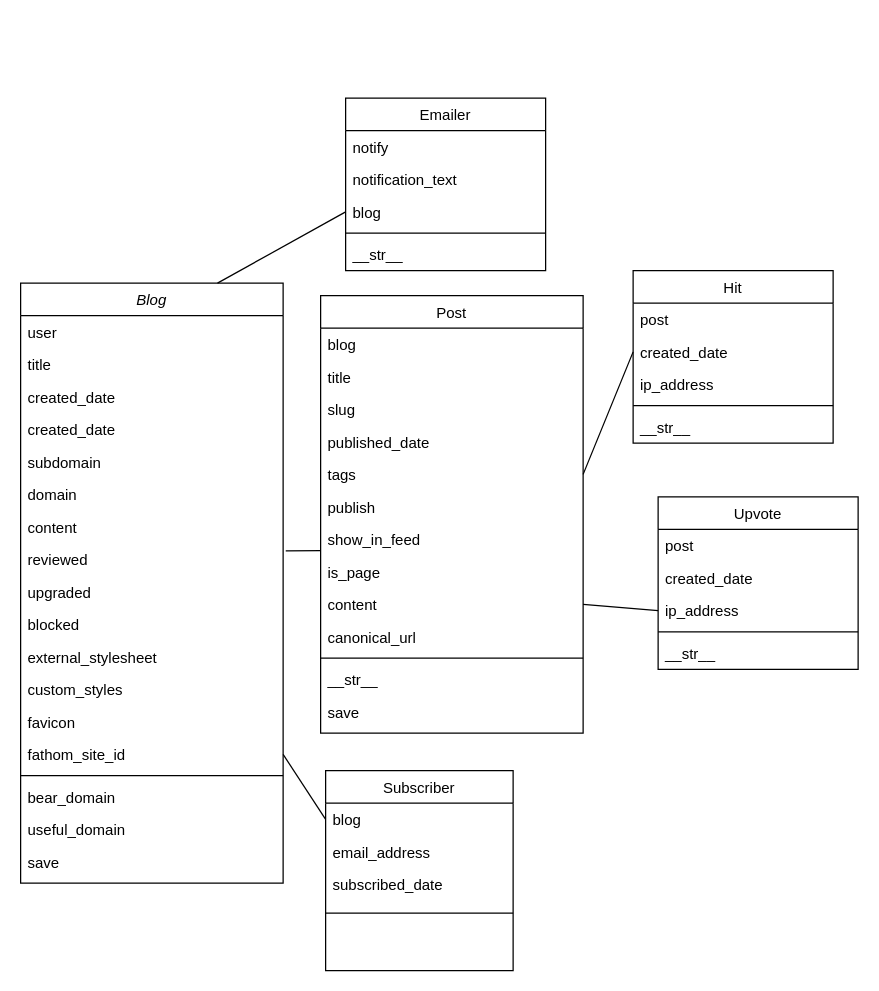
Above: page "Page-1" (1 of 2) of Diagram.drawio in kaopass/kao-blog-prototype-2 (draw.io), before the change. Source tidied: cells renumbered, new cells numbered last; positions are measured from the earlier drawing's top-left corner, leaving out a move shared by most shapes. Both pictures are drawn from the tidied source at 125%, with x=0, y=0 at pixel (20, 98).
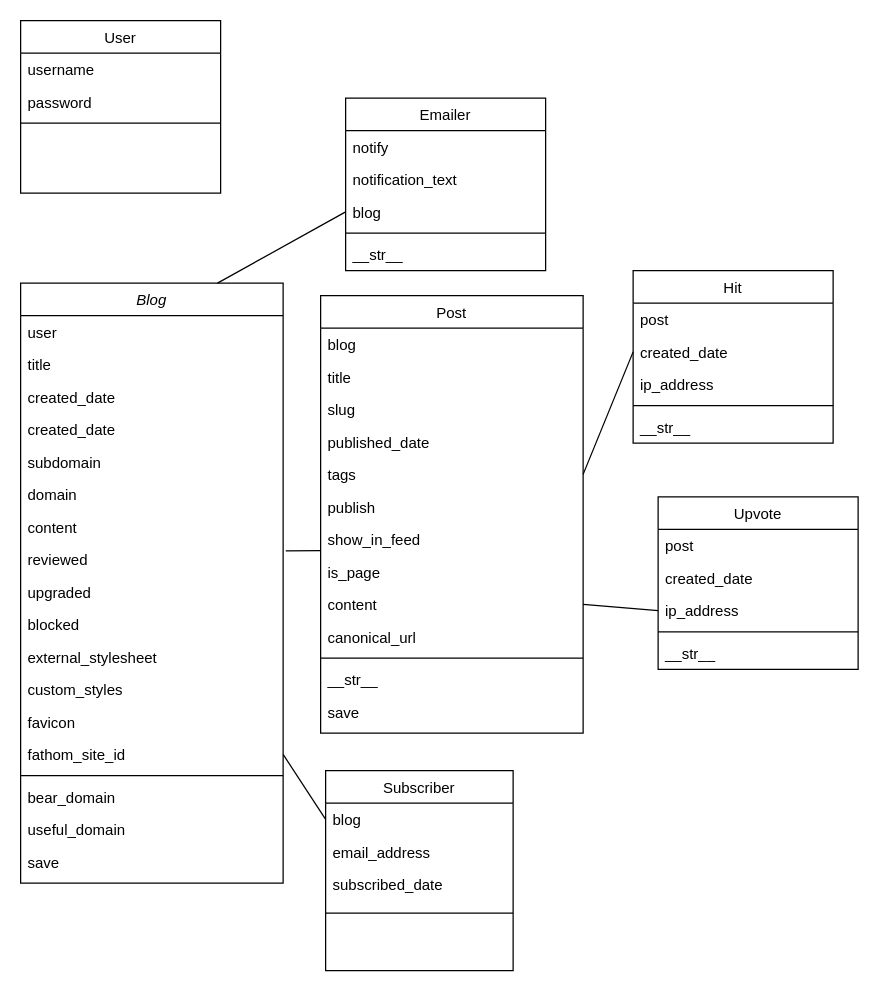
The same diagram, later.

What changed in the source:
```diff
@@
+    <mxCell id="63" value="User" style="swimlane;fontStyle=0;align=center;verticalAlign=top;horizontal=1;startSize=26;rounded=0;shadow=0;strokeWidth=1;" parent="1" vertex="1">
+      <mxGeometry y="-62" width="160" height="138" as="geometry" />
+    </mxCell>
+    <mxCell id="64" value="username" style="text;align=left;verticalAlign=top;spacingLeft=4;spacingRight=4;overflow=hidden;" parent="63" vertex="1">
+      <mxGeometry y="26" width="160" height="26" as="geometry" />
+    </mxCell>
+    <mxCell id="65" value="password" style="text;align=left;verticalAlign=top;spacingLeft=4;spacingRight=4;overflow=hidden;rounded=0;shadow=0;html=0;" parent="63" vertex="1">
+      <mxGeometry y="52" width="160" height="26" as="geometry" />
+    </mxCell>
+    <mxCell id="66" style="line;html=1;strokeWidth=1;align=left;verticalAlign=middle;spacingTop=-1;spacingLeft=3;spacingRight=3;labelPosition=right;" parent="63" vertex="1">
+      <mxGeometry y="78" width="160" height="8" as="geometry" />
+    </mxCell>
```
